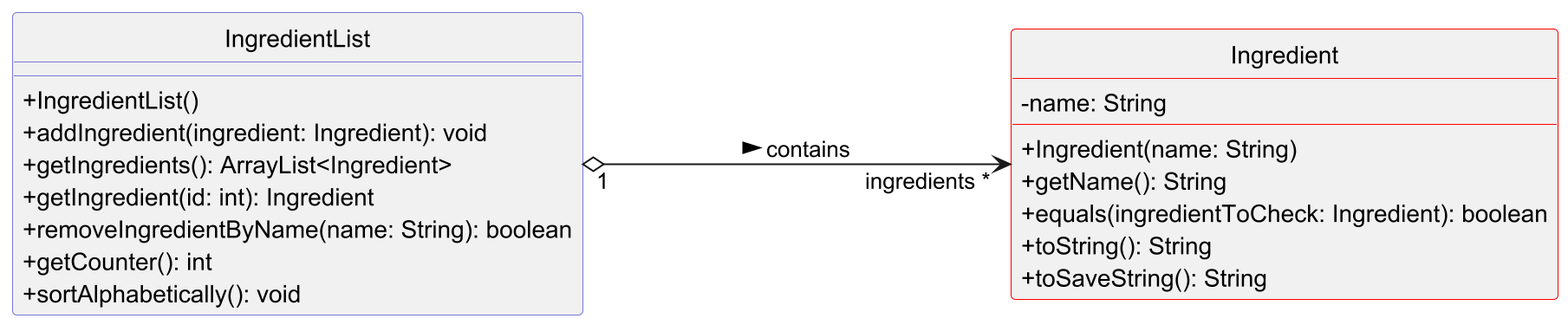
Before: docs/img/ClassDiagrams/ingredientsClassDiagram.png, a diagram exported from PlantUML (nus-cs2113-AY2425S1/tp). Its source is kept beside it as docs/puml/ClassDiagrams/ingredientsClassDiagram.puml.
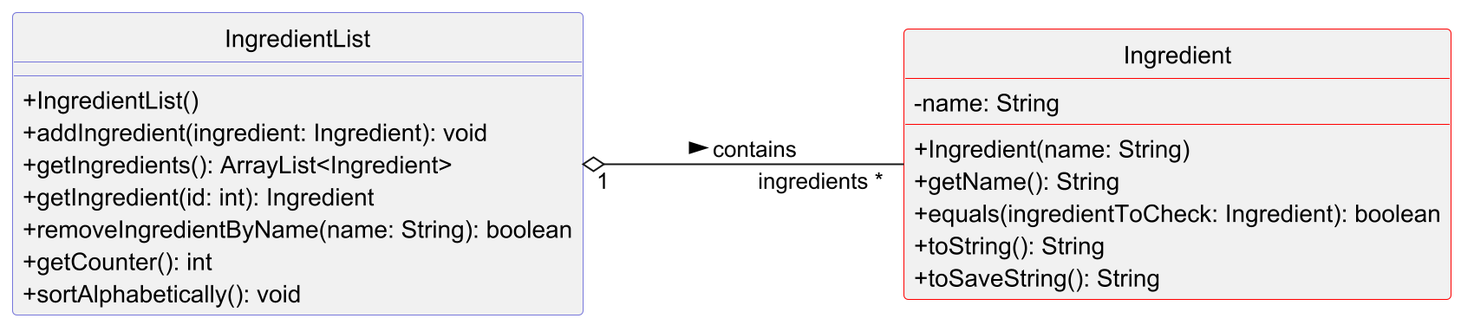
The same diagram one commit later.

The edit, as a diff of the source:
```diff
@@ -28,6 +28,6 @@
 }
 hide IngredientList circle
 
-IngredientList "1 " o----> "ingredients * " Ingredient: contains >
+IngredientList "1 " o--- "ingredients * " Ingredient: contains >
 
 @enduml
```
